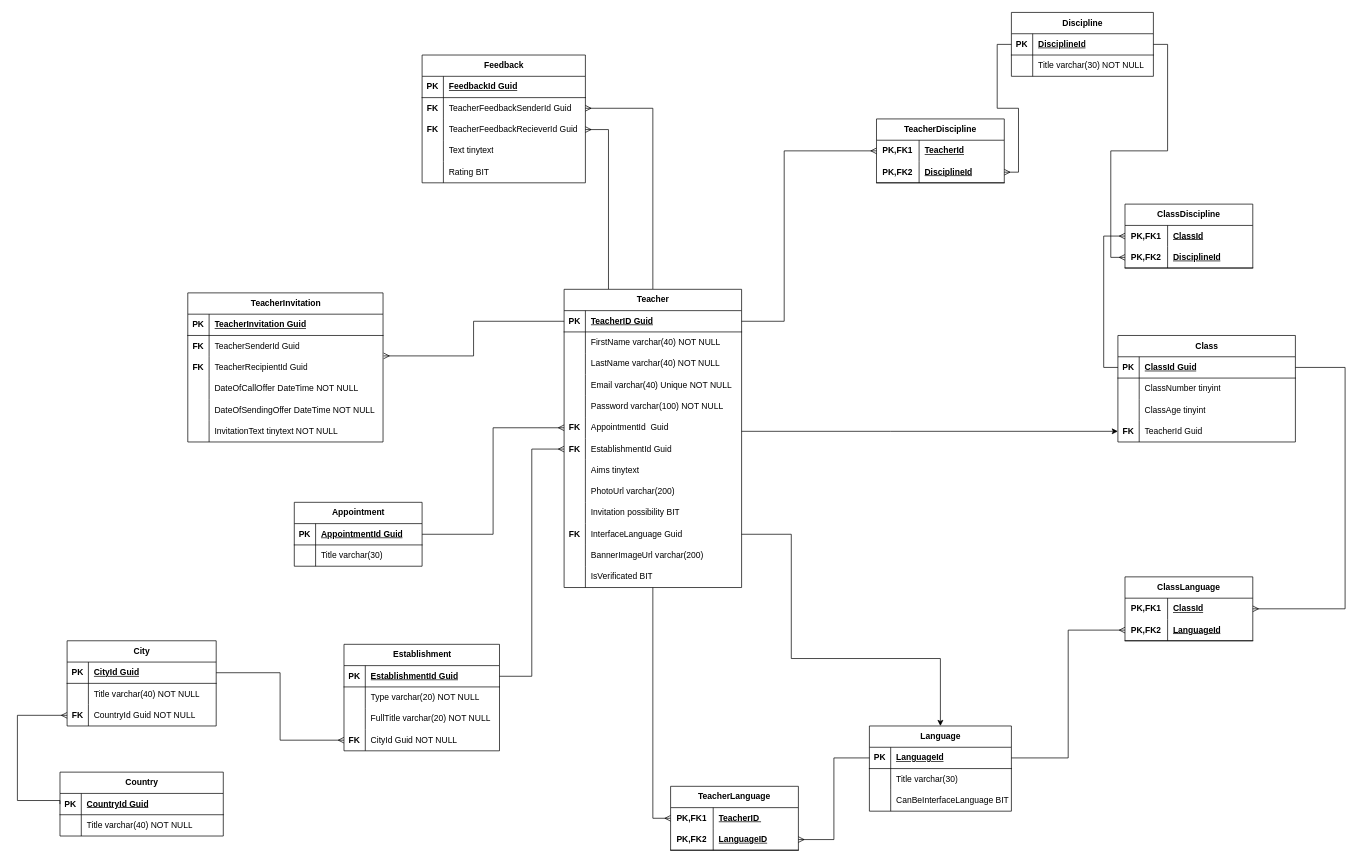
Earlier version of the draw.io diagram General provisions/диаграмма_сущностей.drawio (AlesBan/wonderworld). Source tidied: cells renumbered, new cells numbered last; positions are measured from the earlier drawing's top-left corner, leaving out a move shared by most shapes. Both pictures are drawn from the tidied source at 71%, with x=0, y=0 at pixel (17, 12).
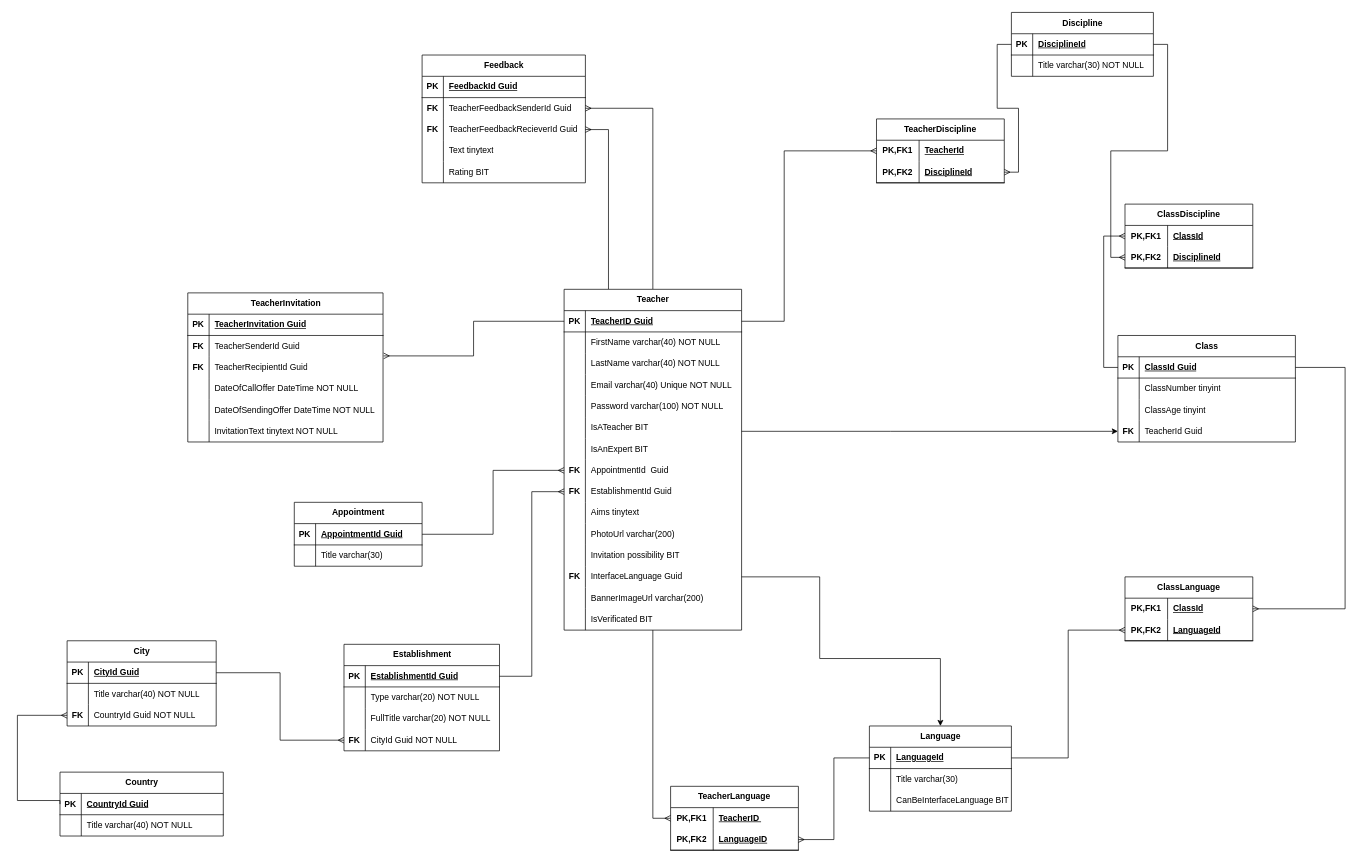
The same page after the edit.

The change refers to these unchanged cells:
```xml
<mxCell id="115" value="Language" style="shape=table;startSize=30;childLayout=tableLayout;rowLines=0;fontStyle=1;align=center;html=1;strokeWidth=1;" parent="1" vertex="1">
  <mxGeometry x="1200" y="1005" width="200" height="120" as="geometry" />
</mxCell>
```

Change to the diagram source:
```diff
@@
     <mxCell id="6" value="Teacher" style="shape=table;startSize=30;childLayout=tableLayout;rowLines=0;fontStyle=1;align=center;html=1;strokeWidth=1;" parent="1" vertex="1">
-      <mxGeometry x="770" y="390" width="250" height="420" as="geometry" />
+      <mxGeometry x="770" y="390" width="250" height="480" as="geometry" />
     </mxCell>
@@
+    <mxCell id="189" style="shape=tableRow;horizontal=0;startSize=0;swimlaneHead=0;swimlaneBody=0;fillColor=none;top=0;left=0;right=0;bottom=0;strokeWidth=1;" parent="6" vertex="1">
+      <mxGeometry y="180" width="250" height="30" as="geometry" />
+    </mxCell>
+    <mxCell id="190" style="shape=partialRectangle;fillColor=none;top=0;left=0;bottom=0;right=0;overflow=hidden;whiteSpace=wrap;html=1;strokeWidth=1;" parent="189" vertex="1">
+      <mxGeometry width="30" height="30" as="geometry" />
+    </mxCell>
+    <mxCell id="191" value="IsATeacher BIT" style="shape=partialRectangle;fillColor=none;top=0;left=0;bottom=0;right=0;align=left;spacingLeft=6;overflow=hidden;whiteSpace=wrap;html=1;strokeWidth=1;" parent="189" vertex="1">
+      <mxGeometry x="30" width="220" height="30" as="geometry" />
+    </mxCell>
+    <mxCell id="192" style="shape=tableRow;horizontal=0;startSize=0;swimlaneHead=0;swimlaneBody=0;fillColor=none;top=0;left=0;right=0;bottom=0;strokeWidth=1;" parent="6" vertex="1">
+      <mxGeometry y="210" width="250" height="30" as="geometry" />
+    </mxCell>
+    <mxCell id="193" style="shape=partialRectangle;fillColor=none;top=0;left=0;bottom=0;right=0;overflow=hidden;whiteSpace=wrap;html=1;strokeWidth=1;" parent="192" vertex="1">
+      <mxGeometry width="30" height="30" as="geometry" />
+    </mxCell>
+    <mxCell id="194" value="IsAnExpert BIT" style="shape=partialRectangle;fillColor=none;top=0;left=0;bottom=0;right=0;align=left;spacingLeft=6;overflow=hidden;whiteSpace=wrap;html=1;strokeWidth=1;" parent="192" vertex="1">
+      <mxGeometry x="30" width="220" height="30" as="geometry" />
+    </mxCell>
     <mxCell id="22" style="shape=tableRow;horizontal=0;startSize=0;swimlaneHead=0;swimlaneBody=0;fillColor=none;points=[[0,0.5],[1,0.5]];portConstraint=eastwest;top=0;left=0;right=0;bottom=0;strokeWidth=1;" parent="6" vertex="1">
-      <mxGeometry y="180" width="250" height="30" as="geometry" />
+      <mxGeometry y="240" width="250" height="30" as="geometry" />
     </mxCell>
@@
     <mxCell id="25" style="shape=tableRow;horizontal=0;startSize=0;swimlaneHead=0;swimlaneBody=0;fillColor=none;points=[[0,0.5],[1,0.5]];portConstraint=eastwest;top=0;left=0;right=0;bottom=0;strokeWidth=1;" parent="6" vertex="1">
-      <mxGeometry y="210" width="250" height="30" as="geometry" />
+      <mxGeometry y="270" width="250" height="30" as="geometry" />
     </mxCell>
@@
     <mxCell id="28" style="shape=tableRow;horizontal=0;startSize=0;swimlaneHead=0;swimlaneBody=0;fillColor=none;top=0;left=0;right=0;bottom=0;strokeWidth=1;" parent="6" vertex="1">
-      <mxGeometry y="240" width="250" height="30" as="geometry" />
+      <mxGeometry y="300" width="250" height="30" as="geometry" />
     </mxCell>
@@
     <mxCell id="31" style="shape=tableRow;horizontal=0;startSize=0;swimlaneHead=0;swimlaneBody=0;fillColor=none;top=0;left=0;right=0;bottom=0;strokeWidth=1;" parent="6" vertex="1">
-      <mxGeometry y="270" width="250" height="30" as="geometry" />
+      <mxGeometry y="330" width="250" height="30" as="geometry" />
     </mxCell>
@@
     <mxCell id="34" style="shape=tableRow;horizontal=0;startSize=0;swimlaneHead=0;swimlaneBody=0;fillColor=none;top=0;left=0;right=0;bottom=0;strokeWidth=1;" parent="6" vertex="1">
-      <mxGeometry y="300" width="250" height="30" as="geometry" />
+      <mxGeometry y="360" width="250" height="30" as="geometry" />
     </mxCell>
@@
     <mxCell id="37" style="shape=tableRow;horizontal=0;startSize=0;swimlaneHead=0;swimlaneBody=0;fillColor=none;points=[[0,0.5],[1,0.5]];portConstraint=eastwest;top=0;left=0;right=0;bottom=0;strokeWidth=1;" parent="6" vertex="1">
-      <mxGeometry y="330" width="250" height="30" as="geometry" />
+      <mxGeometry y="390" width="250" height="30" as="geometry" />
     </mxCell>
@@
     <mxCell id="40" style="shape=tableRow;horizontal=0;startSize=0;swimlaneHead=0;swimlaneBody=0;fillColor=none;top=0;left=0;right=0;bottom=0;strokeWidth=1;" parent="6" vertex="1">
-      <mxGeometry y="360" width="250" height="30" as="geometry" />
+      <mxGeometry y="420" width="250" height="30" as="geometry" />
     </mxCell>
@@
     <mxCell id="43" style="shape=tableRow;horizontal=0;startSize=0;swimlaneHead=0;swimlaneBody=0;fillColor=none;top=0;left=0;right=0;bottom=0;strokeWidth=1;" parent="6" vertex="1">
-      <mxGeometry y="390" width="250" height="30" as="geometry" />
+      <mxGeometry y="450" width="250" height="30" as="geometry" />
     </mxCell>
@@
-    <mxCell id="150" style="edgeStyle=orthogonalEdgeStyle;rounded=0;jettySize=auto;html=1;entryX=0.5;entryY=0;entryDx=0;entryDy=0;" parent="1" edge="1" source="37" target="115">
+    <mxCell id="150" style="edgeStyle=orthogonalEdgeStyle;rounded=0;jettySize=auto;html=1;entryX=0.5;entryY=0;entryDx=0;entryDy=0;exitX=1;exitY=0.5;exitDx=0;exitDy=0;" parent="1" edge="1" source="37" target="115">
       <mxGeometry relative="1" as="geometry">
         <Array as="points">
-          <mxPoint x="1090" y="735" />
-          <mxPoint x="1090" y="910" />
+          <mxPoint x="1130" y="795" />
+          <mxPoint x="1130" y="910" />
           <mxPoint x="1300" y="910" />
         </Array>
       </mxGeometry>
     </mxCell>
```
